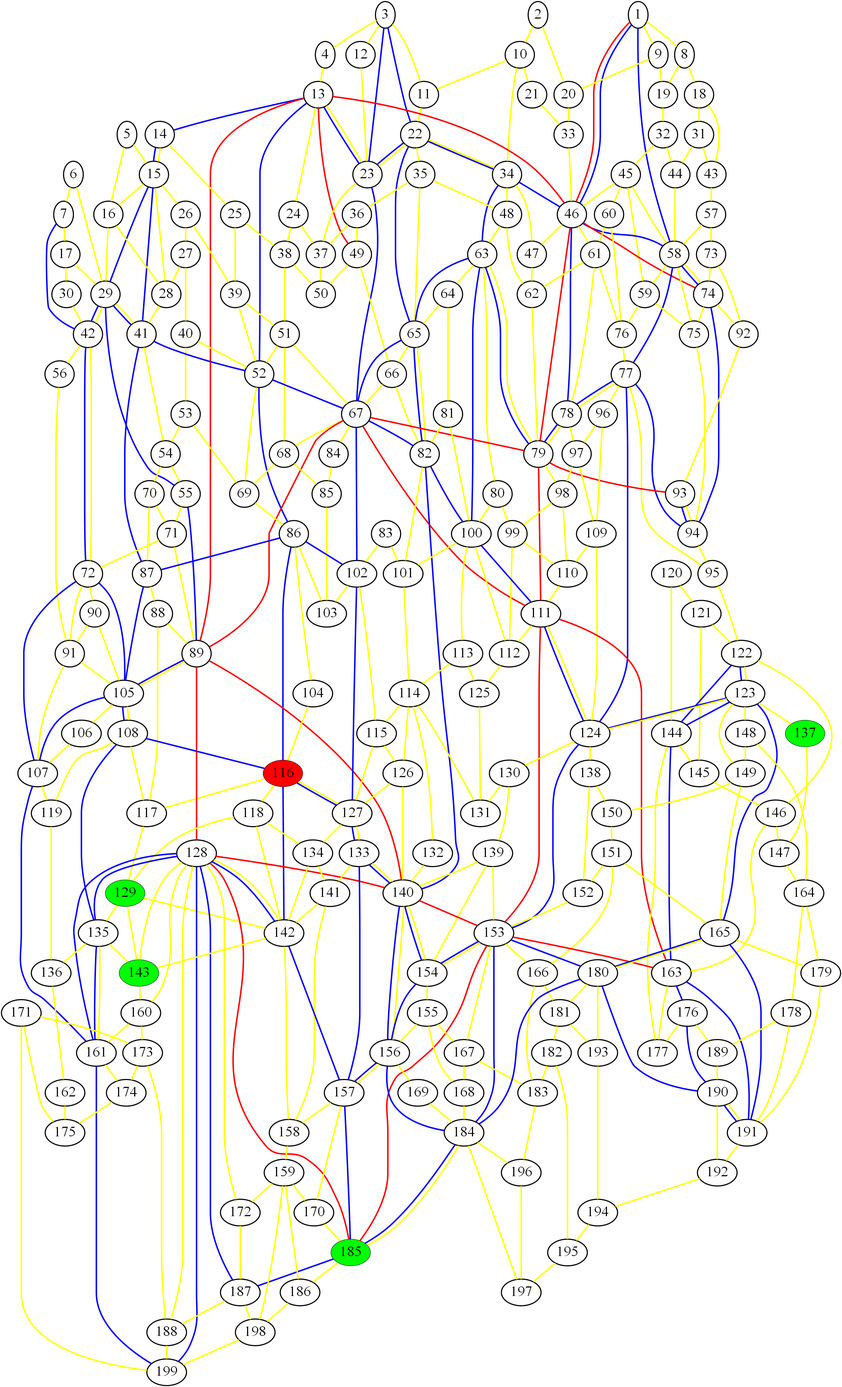
This is graph_4.png from ed-churchill/complex-systems-project, a Graphviz export, as it was before one commit. Its source is kept beside it as graph_4.gv.
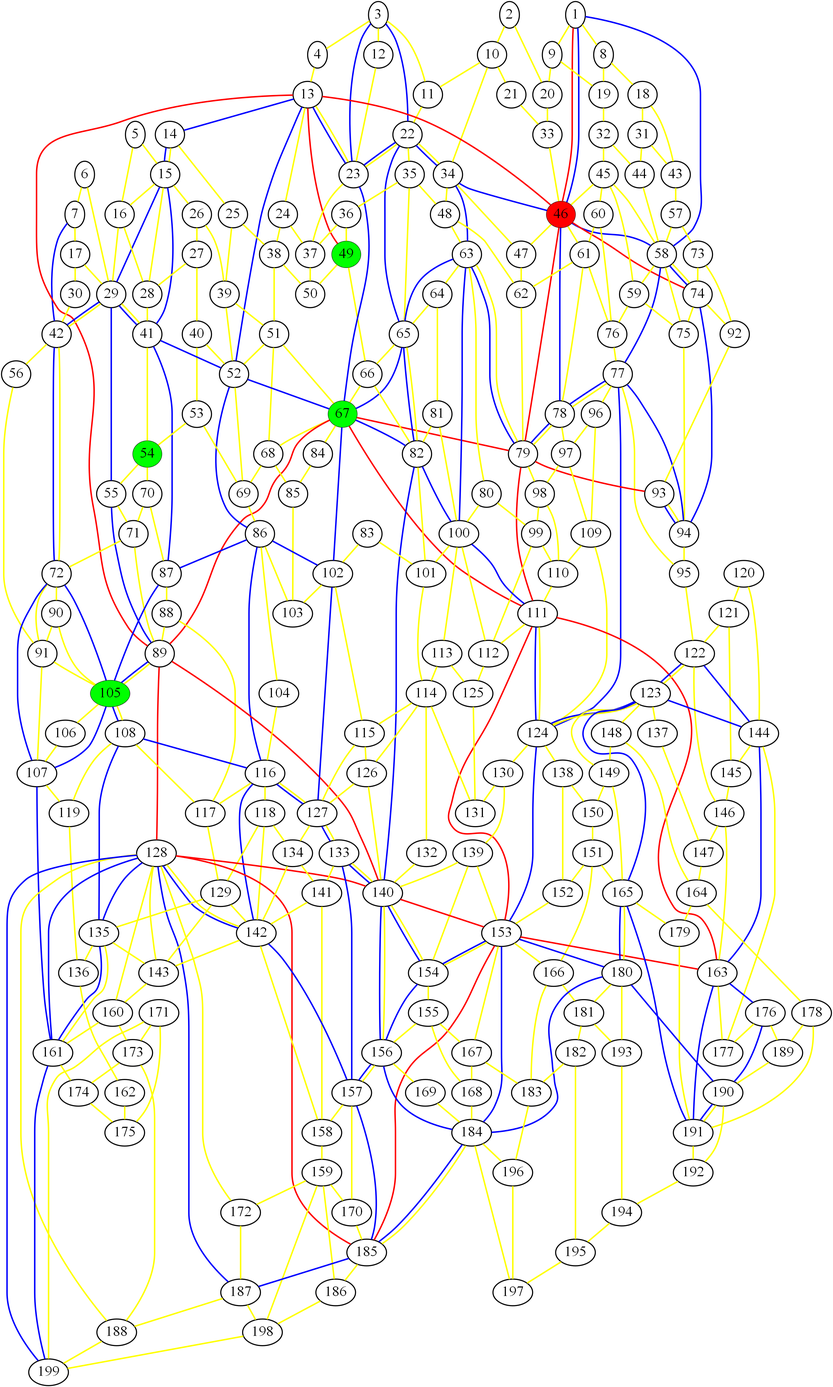
The same diagram one commit later.

Diff of the diagram source:
```diff
@@ -1,9 +1,9 @@
 graph london_graph {
-116 [fillcolor=red, fontsize=40, pendwidth=3, style=filled];
-129 [fillcolor=green, fontsize=40, pendwidth=3, style=filled];
-137 [fillcolor=green, fontsize=40, pendwidth=3, style=filled];
-185 [fillcolor=green, fontsize=40, pendwidth=3, style=filled];
-143 [fillcolor=green, fontsize=40, pendwidth=3, style=filled];
+46 [fillcolor=red, fontsize=40, pendwidth=3, style=filled];
+105 [fillcolor=green, fontsize=40, pendwidth=3, style=filled];
+49 [fillcolor=green, fontsize=40, pendwidth=3, style=filled];
+54 [fillcolor=green, fontsize=40, pendwidth=3, style=filled];
+67 [fillcolor=green, fontsize=40, pendwidth=3, style=filled];
 1 [fontsize=40, penwidth=3];
 2 [fontsize=40, penwidth=3];
 3 [fontsize=40, penwidth=3];
@@ -49,15 +49,12 @@
 43 [fontsize=40, penwidth=3];
 44 [fontsize=40, penwidth=3];
 45 [fontsize=40, penwidth=3];
-46 [fontsize=40, penwidth=3];
 47 [fontsize=40, penwidth=3];
 48 [fontsize=40, penwidth=3];
-49 [fontsize=40, penwidth=3];
 50 [fontsize=40, penwidth=3];
 51 [fontsize=40, penwidth=3];
 52 [fontsize=40, penwidth=3];
 53 [fontsize=40, penwidth=3];
-54 [fontsize=40, penwidth=3];
 55 [fontsize=40, penwidth=3];
 56 [fontsize=40, penwidth=3];
 57 [fontsize=40, penwidth=3];
@@ -70,7 +67,6 @@
 64 [fontsize=40, penwidth=3];
 65 [fontsize=40, penwidth=3];
 66 [fontsize=40, penwidth=3];
-67 [fontsize=40, penwidth=3];
 68 [fontsize=40, penwidth=3];
 69 [fontsize=40, penwidth=3];
 70 [fontsize=40, penwidth=3];
@@ -108,7 +104,6 @@
 102 [fontsize=40, penwidth=3];
 103 [fontsize=40, penwidth=3];
 104 [fontsize=40, penwidth=3];
-105 [fontsize=40, penwidth=3];
 106 [fontsize=40, penwidth=3];
 107 [fontsize=40, penwidth=3];
 108 [fontsize=40, penwidth=3];
@@ -119,6 +114,7 @@
 113 [fontsize=40, penwidth=3];
 114 [fontsize=40, penwidth=3];
 115 [fontsize=40, penwidth=3];
+116 [fontsize=40, penwidth=3];
 117 [fontsize=40, penwidth=3];
 118 [fontsize=40, penwidth=3];
 119 [fontsize=40, penwidth=3];
@@ -131,6 +127,7 @@
 126 [fontsize=40, penwidth=3];
 127 [fontsize=40, penwidth=3];
 128 [fontsize=40, penwidth=3];
+129 [fontsize=40, penwidth=3];
 130 [fontsize=40, penwidth=3];
 131 [fontsize=40, penwidth=3];
 132 [fontsize=40, penwidth=3];
@@ -138,11 +135,13 @@
 134 [fontsize=40, penwidth=3];
 135 [fontsize=40, penwidth=3];
 136 [fontsize=40, penwidth=3];
+137 [fontsize=40, penwidth=3];
 138 [fontsize=40, penwidth=3];
 139 [fontsize=40, penwidth=3];
 140 [fontsize=40, penwidth=3];
 141 [fontsize=40, penwidth=3];
 142 [fontsize=40, penwidth=3];
+143 [fontsize=40, penwidth=3];
 144 [fontsize=40, penwidth=3];
 145 [fontsize=40, penwidth=3];
 146 [fontsize=40, penwidth=3];
@@ -184,6 +183,7 @@
 182 [fontsize=40, penwidth=3];
 183 [fontsize=40, penwidth=3];
 184 [fontsize=40, penwidth=3];
+185 [fontsize=40, penwidth=3];
 186 [fontsize=40, penwidth=3];
 187 [fontsize=40, penwidth=3];
 188 [fontsize=40, penwidth=3];
```
